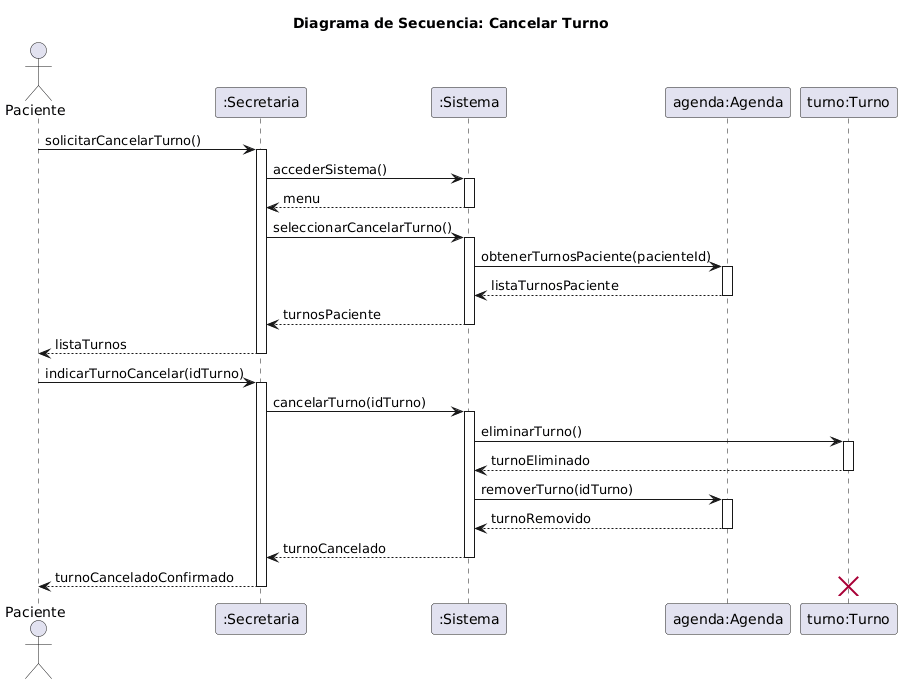
Before: diagramas/05-diagramas-secuencia/05-secuencia-cancelar-turno-cancelar-turno-02.png, a diagram exported from PlantUML (FacundoGuiraldes/SistemaTurnosMedicos).
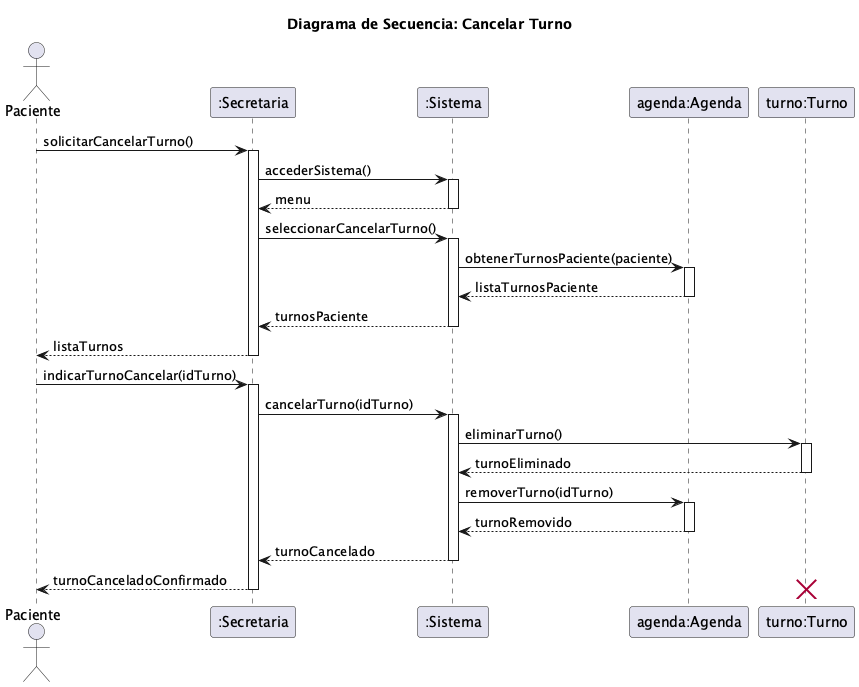
The same file after the commit.

Commit message:
fix(diagramas): usar paciente en lugar de pacienteId en secuencia CU02 (RCN5)

Evita nomenclatura de identificador de base de datos fuera del alcance del diseño UML.

Diff of the diagram source:
```diff
@@ -15,7 +15,7 @@
 deactivate sistema
 secretaria -> sistema: seleccionarCancelarTurno()
 activate sistema
-sistema -> agenda: obtenerTurnosPaciente(pacienteId)
+sistema -> agenda: obtenerTurnosPaciente(paciente)
 activate agenda
 agenda --> sistema: listaTurnosPaciente
 deactivate agenda
```
